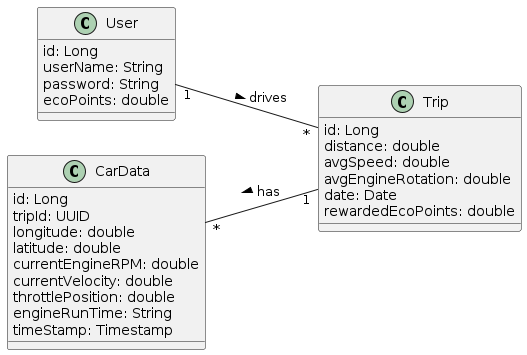
Earlier version of the PlantUML export images/cld.png (2324-4bhif-syp/2324-4bhif-syp-project-ecopoints).
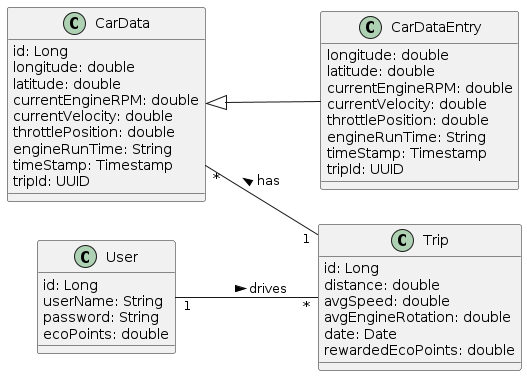
After the commit.

What changed in the source:
```diff
@@ -19,7 +19,6 @@
 
 class CarData {
     id: Long
-    tripId: UUID
     longitude: double
     latitude: double
     currentEngineRPM: double
@@ -27,8 +26,22 @@
     throttlePosition: double
     engineRunTime: String
     timeStamp: Timestamp
- }
+    tripId: UUID
+}
+
+class CarDataEntry {
+    longitude: double
+    latitude: double
+    currentEngineRPM: double
+    currentVelocity: double
+    throttlePosition: double
+    engineRunTime: String
+    timeStamp: Timestamp
+    tripId: UUID
+}
+
 
 User "1" -- "*" Trip : > drives
- CarData "*" -- "1"  Trip : < has
+CarData "*" -- "1"  Trip : < has
+CarDataEntry -u-|> CarData
 @enduml
```
